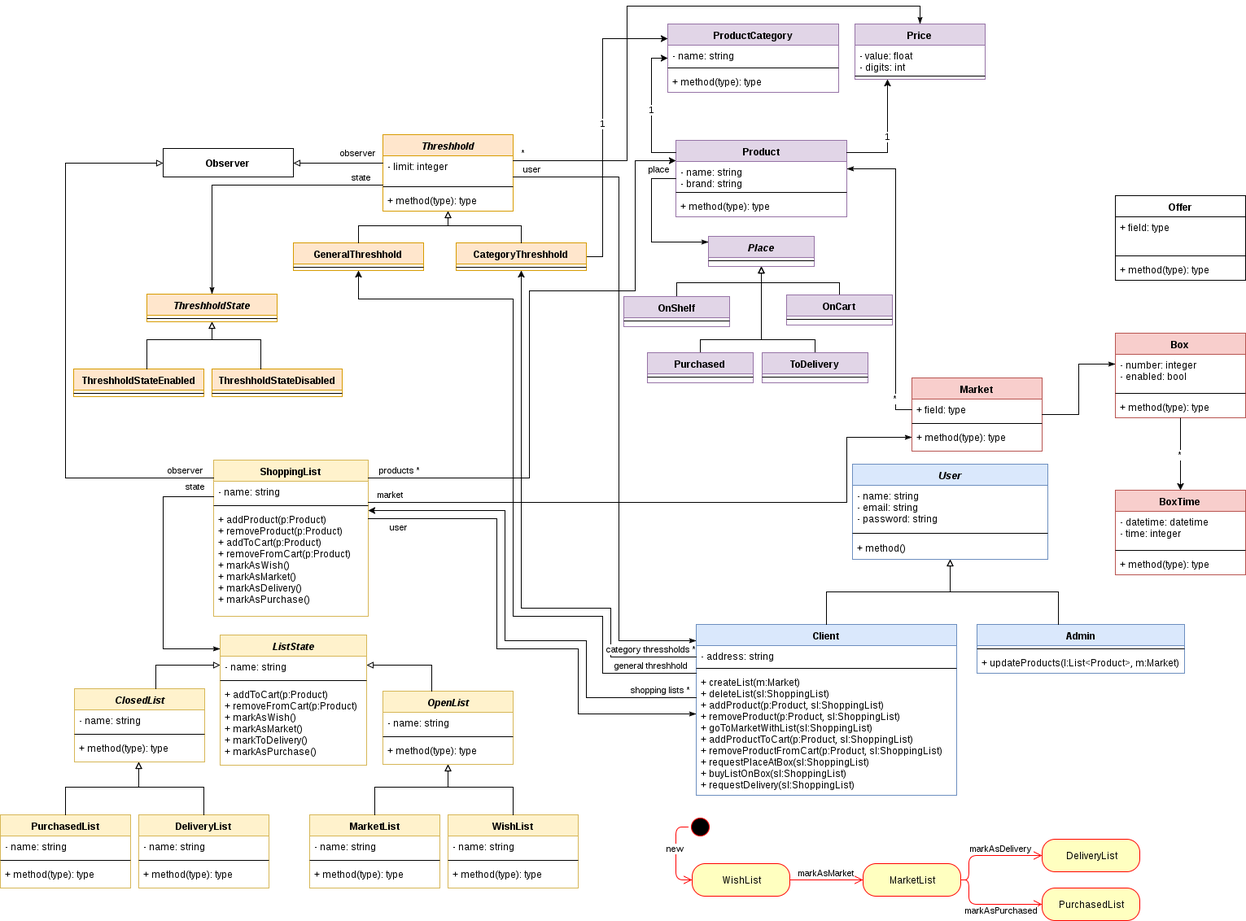
The draw.io diagram doc/design.png in laendoor/unq-desapp-aloloco-back, before a commit. Source tidied: cells renumbered, new cells last; positions are measured from the earlier drawing's top-left corner, leaving out a move shared by most shapes.
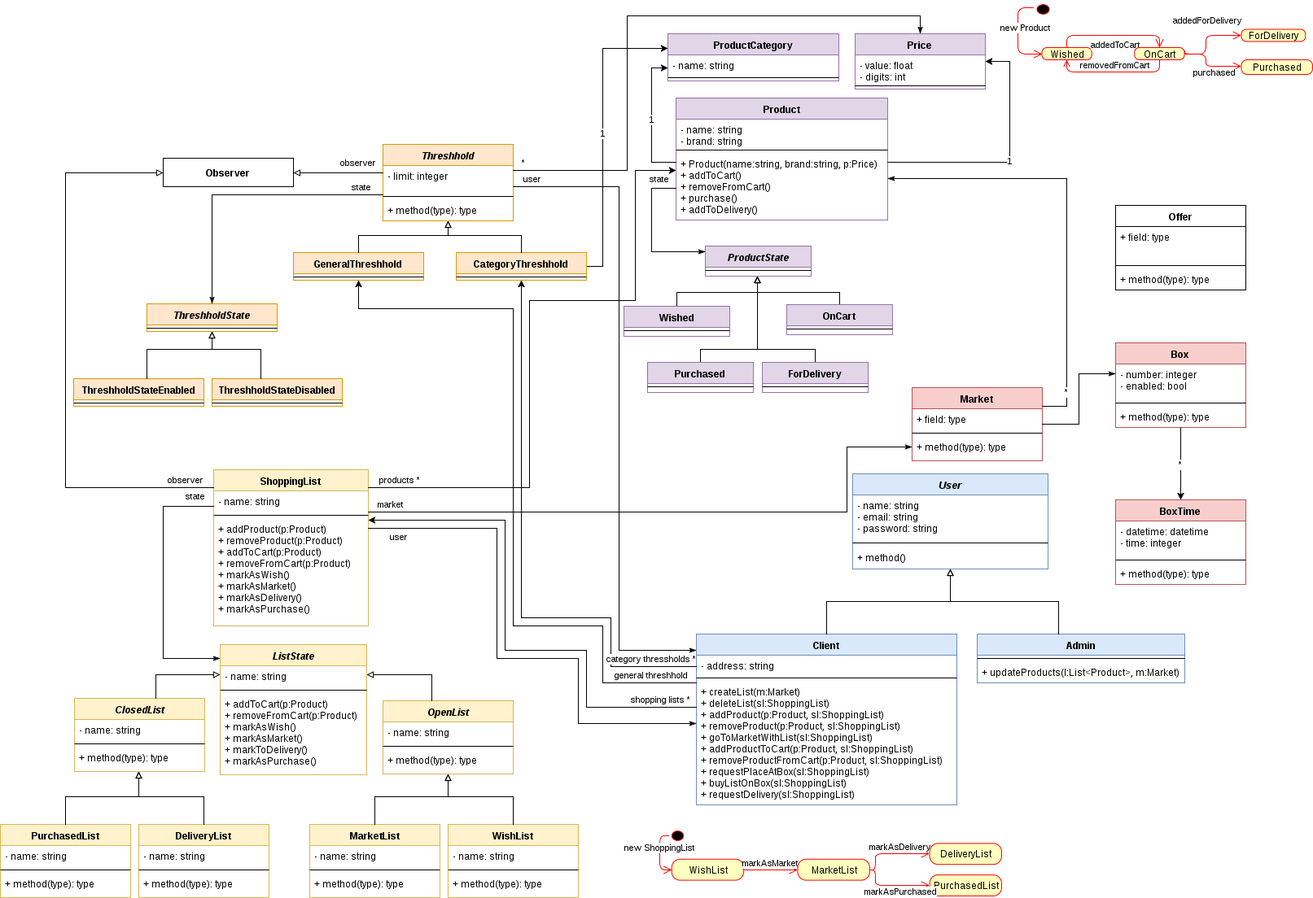
After the change.

Commit message:
rollback saved diagram for draw.io

The edit, as a diff of the source:
```diff
@@ -76,19 +76,19 @@
       </mxGeometry>
     </mxCell>
     <mxCell id="24" value="Product" style="swimlane;html=1;fontStyle=1;align=center;verticalAlign=top;horizontal=1;startSize=26;swimlaneFillColor=#ffffff;fillColor=#e1d5e7;strokeColor=#9673a6;" parent="1" vertex="1">
-      <mxGeometry x="830" y="165" width="210" height="94" as="geometry" />
+      <mxGeometry x="830" y="101" width="260" height="150" as="geometry" />
     </mxCell>
     <mxCell id="25" value="- name: string&lt;div&gt;- brand: string&lt;/div&gt;" style="text;html=1;strokeColor=none;fillColor=none;align=left;verticalAlign=top;spacingLeft=4;spacingRight=4;whiteSpace=wrap;overflow=hidden;" parent="24" vertex="1">
-      <mxGeometry y="26" width="210" height="34" as="geometry" />
+      <mxGeometry y="26" width="260" height="34" as="geometry" />
     </mxCell>
     <mxCell id="26" style="line;html=1;strokeWidth=1;fillColor=none;align=left;verticalAlign=middle;spacingTop=-1;spacingLeft=3;spacingRight=3;labelPosition=right;" parent="24" vertex="1">
-      <mxGeometry y="60" width="210" height="8" as="geometry" />
+      <mxGeometry y="60" width="260" height="8" as="geometry" />
     </mxCell>
-    <mxCell id="27" value="+ method(type): type" style="text;html=1;strokeColor=none;fillColor=none;align=left;verticalAlign=top;spacingLeft=4;spacingRight=4;whiteSpace=wrap;overflow=hidden;" parent="24" vertex="1">
-      <mxGeometry y="68" width="210" height="26" as="geometry" />
+    <mxCell id="27" value="+ Product(name:string, brand:string, p:Price)&lt;div&gt;+ addToCart()&lt;/div&gt;&lt;div&gt;+ removeFromCart()&lt;/div&gt;&lt;div&gt;+ purchase()&lt;/div&gt;&lt;div&gt;+ addToDelivery()&lt;/div&gt;" style="text;html=1;strokeColor=none;fillColor=none;align=left;verticalAlign=top;spacingLeft=4;spacingRight=4;whiteSpace=wrap;overflow=hidden;" parent="24" vertex="1">
+      <mxGeometry y="68" width="260" height="82" as="geometry" />
     </mxCell>
     <mxCell id="28" value="ProductCategory" style="swimlane;html=1;fontStyle=1;align=center;verticalAlign=top;horizontal=1;startSize=26;swimlaneFillColor=#ffffff;fillColor=#e1d5e7;strokeColor=#9673a6;" parent="1" vertex="1">
-      <mxGeometry x="820" y="22" width="210" height="84" as="geometry" />
+      <mxGeometry x="820" y="22" width="210" height="58" as="geometry" />
     </mxCell>
     <mxCell id="29" value="- name: string" style="text;html=1;strokeColor=none;fillColor=none;align=left;verticalAlign=top;spacingLeft=4;spacingRight=4;whiteSpace=wrap;overflow=hidden;" parent="28" vertex="1">
       <mxGeometry y="26" width="210" height="24" as="geometry" />
@@ -96,9 +96,6 @@
     <mxCell id="30" style="line;html=1;strokeWidth=1;fillColor=none;align=left;verticalAlign=middle;spacingTop=-1;spacingLeft=3;spacingRight=3;labelPosition=right;" parent="28" vertex="1">
       <mxGeometry y="50" width="210" height="8" as="geometry" />
     </mxCell>
-    <mxCell id="31" value="+ method(type): type" style="text;html=1;strokeColor=none;fillColor=none;align=left;verticalAlign=top;spacingLeft=4;spacingRight=4;whiteSpace=wrap;overflow=hidden;" parent="28" vertex="1">
-      <mxGeometry y="58" width="210" height="26" as="geometry" />
-    </mxCell>
     <mxCell id="32" value="products *" style="edgeStyle=orthogonalEdgeStyle;rounded=0;html=1;jettySize=auto;" parent="1" edge="1" source="19" target="24">
       <mxGeometry x="-0.9" y="10" relative="1" as="geometry">
         <Array as="points">
@@ -152,7 +149,8 @@
     <mxCell id="41" value="1" style="edgeStyle=orthogonalEdgeStyle;rounded=0;html=1;jettySize=auto;" parent="1" edge="1" source="24" target="38">
       <mxGeometry relative="1" as="geometry">
         <Array as="points">
-          <mxPoint x="1090" y="180" />
+          <mxPoint x="1240" y="180" />
+          <mxPoint x="1240" y="56" />
         </Array>
       </mxGeometry>
     </mxCell>
@@ -348,11 +346,11 @@
     <mxCell id="83" value="+ method(type): type" style="text;html=1;strokeColor=none;fillColor=none;align=left;verticalAlign=top;spacingLeft=4;spacingRight=4;whiteSpace=wrap;overflow=hidden;" parent="80" vertex="1">
       <mxGeometry y="60" width="160" height="26" as="geometry" />
     </mxCell>
-    <mxCell id="84" value="*" style="edgeStyle=orthogonalEdgeStyle;rounded=0;html=1;exitX=0;exitY=0.5;startArrow=none;startFill=0;endArrow=classicThin;endFill=1;jettySize=auto;" parent="1" edge="1" source="81" target="24">
+    <mxCell id="84" value="*" style="edgeStyle=orthogonalEdgeStyle;rounded=0;html=1;startArrow=none;startFill=0;endArrow=classicThin;endFill=1;jettySize=auto;" parent="1" edge="1" source="80" target="24">
       <mxGeometry x="-0.82" relative="1" as="geometry">
         <Array as="points">
-          <mxPoint x="1100" y="496" />
-          <mxPoint x="1100" y="200" />
+          <mxPoint x="1310" y="480" />
+          <mxPoint x="1310" y="200" />
         </Array>
       </mxGeometry>
     </mxCell>
@@ -505,55 +503,8 @@
         </Array>
       </mxGeometry>
     </mxCell>
-    <mxCell id="117" style="ellipse;html=1;shape=startState;fillColor=#000000;strokeColor=#ff0000;" parent="1" vertex="1">
-      <mxGeometry x="845" y="994" width="30" height="30" as="geometry" />
-    </mxCell>
-    <mxCell id="118" value="new" style="edgeStyle=orthogonalEdgeStyle;html=1;verticalAlign=bottom;endArrow=open;endSize=8;strokeColor=#ff0000;entryX=0;entryY=0.5;" parent="1" edge="1" source="117" target="119">
-      <mxGeometry relative="1" as="geometry">
-        <Array as="points">
-          <mxPoint x="830" y="1009" />
-          <mxPoint x="830" y="1074" />
-        </Array>
-      </mxGeometry>
-    </mxCell>
-    <mxCell id="119" value="WishList" style="rounded=1;whiteSpace=wrap;html=1;arcSize=40;fillColor=#ffffc0;strokeColor=#ff0000;" parent="1" vertex="1">
-      <mxGeometry x="850" y="1054" width="120" height="40" as="geometry" />
-    </mxCell>
-    <mxCell id="120" value="markAsMarket" style="edgeStyle=orthogonalEdgeStyle;html=1;verticalAlign=bottom;endArrow=open;endSize=8;strokeColor=#ff0000;exitX=1;exitY=0.5;" parent="1" edge="1" source="119" target="121">
-      <mxGeometry relative="1" as="geometry">
-        <Array as="points">
-          <mxPoint x="1020" y="1074" />
-          <mxPoint x="1020" y="1074" />
-        </Array>
-      </mxGeometry>
-    </mxCell>
-    <mxCell id="121" value="MarketList" style="rounded=1;whiteSpace=wrap;html=1;arcSize=40;fillColor=#ffffc0;strokeColor=#ff0000;" parent="1" vertex="1">
-      <mxGeometry x="1060" y="1054" width="120" height="40" as="geometry" />
-    </mxCell>
-    <mxCell id="122" value="markAsDelivery" style="edgeStyle=orthogonalEdgeStyle;html=1;verticalAlign=bottom;endArrow=open;endSize=8;strokeColor=#ff0000;" parent="1" edge="1" source="121" target="123">
-      <mxGeometry x="0.23" relative="1" as="geometry">
-        <Array as="points">
-          <mxPoint x="1190" y="1074" />
-          <mxPoint x="1190" y="1044" />
-        </Array>
-      </mxGeometry>
-    </mxCell>
-    <mxCell id="123" value="DeliveryList" style="rounded=1;whiteSpace=wrap;html=1;arcSize=40;fillColor=#ffffc0;strokeColor=#ff0000;" parent="1" vertex="1">
-      <mxGeometry x="1280" y="1024" width="120" height="40" as="geometry" />
-    </mxCell>
-    <mxCell id="124" value="PurchasedList" style="rounded=1;whiteSpace=wrap;html=1;arcSize=40;fillColor=#ffffc0;strokeColor=#ff0000;" parent="1" vertex="1">
-      <mxGeometry x="1280" y="1084" width="120" height="40" as="geometry" />
-    </mxCell>
-    <mxCell id="125" value="markAsPurchased" style="edgeStyle=orthogonalEdgeStyle;html=1;verticalAlign=bottom;endArrow=open;endSize=8;strokeColor=#ff0000;exitX=1;exitY=0.5;" parent="1" edge="1" source="121" target="124">
-      <mxGeometry x="0.23" y="-16" relative="1" as="geometry">
-        <Array as="points">
-          <mxPoint x="1190" y="1074" />
-          <mxPoint x="1190" y="1104" />
-        </Array>
-      </mxGeometry>
-    </mxCell>
-    <mxCell id="126" value="&lt;i&gt;Place&lt;/i&gt;" style="swimlane;html=1;fontStyle=1;align=center;verticalAlign=top;horizontal=1;startSize=26;swimlaneFillColor=#ffffff;fillColor=#e1d5e7;strokeColor=#9673a6;" parent="1" vertex="1">
-      <mxGeometry x="870" y="283" width="130" height="37" as="geometry" />
+    <mxCell id="126" value="&lt;i&gt;ProductState&lt;/i&gt;" style="swimlane;html=1;fontStyle=1;align=center;verticalAlign=top;horizontal=1;startSize=26;swimlaneFillColor=#ffffff;fillColor=#e1d5e7;strokeColor=#9673a6;" parent="1" vertex="1">
+      <mxGeometry x="866" y="283" width="130" height="37" as="geometry" />
     </mxCell>
     <mxCell id="127" style="line;html=1;strokeWidth=1;fillColor=none;align=left;verticalAlign=middle;spacingTop=-1;spacingLeft=3;spacingRight=3;labelPosition=right;" parent="126" vertex="1">
       <mxGeometry y="26" width="130" height="8" as="geometry" />
@@ -562,11 +513,11 @@
       <mxGeometry relative="1" as="geometry">
         <Array as="points">
           <mxPoint x="831" y="340" />
-          <mxPoint x="935" y="340" />
+          <mxPoint x="930" y="340" />
         </Array>
       </mxGeometry>
     </mxCell>
-    <mxCell id="129" value="OnShelf" style="swimlane;html=1;fontStyle=1;align=center;verticalAlign=top;horizontal=1;startSize=26;swimlaneFillColor=#ffffff;fillColor=#e1d5e7;strokeColor=#9673a6;" parent="1" vertex="1">
+    <mxCell id="129" value="Wished" style="swimlane;html=1;fontStyle=1;align=center;verticalAlign=top;horizontal=1;startSize=26;swimlaneFillColor=#ffffff;fillColor=#e1d5e7;strokeColor=#9673a6;" parent="1" vertex="1">
       <mxGeometry x="766" y="357" width="130" height="37" as="geometry" />
     </mxCell>
     <mxCell id="130" style="line;html=1;strokeWidth=1;fillColor=none;align=left;verticalAlign=middle;spacingTop=-1;spacingLeft=3;spacingRight=3;labelPosition=right;" parent="129" vertex="1">
@@ -576,7 +527,7 @@
       <mxGeometry relative="1" as="geometry">
         <Array as="points">
           <mxPoint x="1031" y="340" />
-          <mxPoint x="935" y="340" />
+          <mxPoint x="930" y="340" />
         </Array>
       </mxGeometry>
     </mxCell>
@@ -590,11 +541,11 @@
       <mxGeometry relative="1" as="geometry">
         <Array as="points">
           <mxPoint x="1001" y="410" />
-          <mxPoint x="935" y="410" />
+          <mxPoint x="930" y="410" />
         </Array>
       </mxGeometry>
     </mxCell>
-    <mxCell id="135" value="ToDelivery" style="swimlane;html=1;fontStyle=1;align=center;verticalAlign=top;horizontal=1;startSize=26;swimlaneFillColor=#ffffff;fillColor=#e1d5e7;strokeColor=#9673a6;" parent="1" vertex="1">
+    <mxCell id="135" value="ForDelivery" style="swimlane;html=1;fontStyle=1;align=center;verticalAlign=top;horizontal=1;startSize=26;swimlaneFillColor=#ffffff;fillColor=#e1d5e7;strokeColor=#9673a6;" parent="1" vertex="1">
       <mxGeometry x="936" y="426" width="130" height="37" as="geometry" />
     </mxCell>
     <mxCell id="136" style="line;html=1;strokeWidth=1;fillColor=none;align=left;verticalAlign=middle;spacingTop=-1;spacingLeft=3;spacingRight=3;labelPosition=right;" parent="135" vertex="1">
@@ -604,7 +555,7 @@
       <mxGeometry relative="1" as="geometry">
         <Array as="points">
           <mxPoint x="860" y="410" />
-          <mxPoint x="935" y="410" />
+          <mxPoint x="930" y="410" />
         </Array>
       </mxGeometry>
     </mxCell>
@@ -614,7 +565,7 @@
     <mxCell id="139" style="line;html=1;strokeWidth=1;fillColor=none;align=left;verticalAlign=middle;spacingTop=-1;spacingLeft=3;spacingRight=3;labelPosition=right;" parent="138" vertex="1">
       <mxGeometry y="26" width="130" height="8" as="geometry" />
     </mxCell>
-    <mxCell id="140" value="place" style="edgeStyle=orthogonalEdgeStyle;rounded=0;html=1;startArrow=none;startFill=0;endArrow=classicThin;endFill=1;jettySize=auto;" parent="1" edge="1" source="24" target="126">
+    <mxCell id="140" value="state" style="edgeStyle=orthogonalEdgeStyle;rounded=0;html=1;startArrow=none;startFill=0;endArrow=classicThin;endFill=1;jettySize=auto;" parent="1" edge="1" source="24" target="126">
       <mxGeometry x="-0.78" y="-12" relative="1" as="geometry">
         <Array as="points">
           <mxPoint x="800" y="212" />
@@ -622,5 +573,114 @@
         </Array>
       </mxGeometry>
     </mxCell>
+    <mxCell id="141" style="group;" parent="1" vertex="1">
+      <mxGeometry x="1262" y="-18" width="350" height="90" as="geometry" />
+    </mxCell>
+    <mxCell id="142" style="ellipse;html=1;shape=startState;fillColor=#000000;strokeColor=#ff0000;" parent="141" vertex="1">
+      <mxGeometry x="7.2" width="22.7" height="19.5" as="geometry" />
+    </mxCell>
+    <mxCell id="143" value="new Product" style="edgeStyle=orthogonalEdgeStyle;html=1;verticalAlign=bottom;endArrow=open;endSize=8;strokeColor=#ff0000;entryX=0;entryY=0.5;" parent="141" edge="1" source="142" target="144">
+      <mxGeometry x="-0.02" y="10" relative="1" as="geometry">
+        <Array as="points">
+          <mxPoint x="-12" y="8" />
+          <mxPoint x="-12" y="65" />
+        </Array>
+      </mxGeometry>
+    </mxCell>
+    <mxCell id="144" value="Wished" style="rounded=1;whiteSpace=wrap;html=1;arcSize=40;fillColor=#ffffc0;strokeColor=#ff0000;" parent="141" vertex="1">
+      <mxGeometry x="17.5" y="57" width="61.2" height="15" as="geometry" />
+    </mxCell>
+    <mxCell id="145" value="addedToCart" style="edgeStyle=orthogonalEdgeStyle;html=1;verticalAlign=bottom;endArrow=open;endSize=8;strokeColor=#ff0000;exitX=0.5;exitY=0;entryX=0.5;entryY=0;" parent="141" edge="1" source="144" target="146">
+      <mxGeometry x="0.04" y="-20" relative="1" as="geometry">
+        <Array as="points">
+          <mxPoint x="48.1" y="42" />
+          <mxPoint x="161.9" y="42" />
+        </Array>
+      </mxGeometry>
+    </mxCell>
+    <mxCell id="146" value="OnCart" style="rounded=1;whiteSpace=wrap;html=1;arcSize=40;fillColor=#ffffc0;strokeColor=#ff0000;" parent="141" vertex="1">
+      <mxGeometry x="131.2" y="57" width="61.2" height="15" as="geometry" />
+    </mxCell>
+    <mxCell id="147" value="addedForDelivery" style="edgeStyle=orthogonalEdgeStyle;html=1;verticalAlign=bottom;endArrow=open;endSize=8;strokeColor=#ff0000;exitX=1;exitY=0.25;" parent="141" edge="1" source="146" target="148">
+      <mxGeometry x="0.13" y="10" relative="1" as="geometry">
+        <Array as="points">
+          <mxPoint x="192.5" y="64.5" />
+          <mxPoint x="218.8" y="64.5" />
+          <mxPoint x="218.8" y="42" />
+        </Array>
+      </mxGeometry>
+    </mxCell>
+    <mxCell id="148" value="ForDelivery" style="rounded=1;whiteSpace=wrap;html=1;arcSize=40;fillColor=#ffffc0;strokeColor=#ff0000;" parent="141" vertex="1">
+      <mxGeometry x="262.5" y="34.5" width="78.8" height="15" as="geometry" />
+    </mxCell>
+    <mxCell id="149" value="Purchased" style="rounded=1;whiteSpace=wrap;html=1;arcSize=40;fillColor=#ffffc0;strokeColor=#ff0000;" parent="141" vertex="1">
+      <mxGeometry x="262.5" y="72" width="87.5" height="18" as="geometry" />
+    </mxCell>
+    <mxCell id="150" value="purchased" style="edgeStyle=orthogonalEdgeStyle;html=1;verticalAlign=bottom;endArrow=open;endSize=8;strokeColor=#ff0000;exitX=1;exitY=0.5;" parent="141" edge="1" source="146" target="149">
+      <mxGeometry x="0.23" y="-16" relative="1" as="geometry">
+        <Array as="points">
+          <mxPoint x="218.8" y="64.5" />
+          <mxPoint x="218.8" y="79.5" />
+        </Array>
+      </mxGeometry>
+    </mxCell>
+    <mxCell id="151" value="removedFromCart" style="edgeStyle=orthogonalEdgeStyle;html=1;verticalAlign=bottom;endArrow=none;endSize=8;strokeColor=#ff0000;startArrow=open;startFill=0;endFill=0;entryX=0.5;entryY=1;exitX=0.5;exitY=1;" parent="141" edge="1" source="144" target="146">
+      <mxGeometry x="0.04" relative="1" as="geometry">
+        <Array as="points">
+          <mxPoint x="70" y="87" />
+          <mxPoint x="253.8" y="87" />
+        </Array>
+      </mxGeometry>
+    </mxCell>
+    <mxCell id="152" style="group;" parent="1" vertex="1">
+      <mxGeometry x="810" y="998" width="420" height="84" as="geometry" />
+    </mxCell>
+    <mxCell id="117" style="ellipse;html=1;shape=startState;fillColor=#000000;strokeColor=#ff0000;" parent="152" vertex="1">
+      <mxGeometry x="11.1" width="22.1" height="19.4" as="geometry" />
+    </mxCell>
+    <mxCell id="118" value="new ShoppingList" style="edgeStyle=orthogonalEdgeStyle;html=1;verticalAlign=bottom;endArrow=open;endSize=8;strokeColor=#ff0000;entryX=0;entryY=0.5;" parent="152" edge="1" source="117" target="119">
+      <mxGeometry relative="1" as="geometry">
+        <Array as="points">
+          <mxPoint y="9.7" />
+          <mxPoint y="51.7" />
+        </Array>
+      </mxGeometry>
+    </mxCell>
+    <mxCell id="119" value="WishList" style="rounded=1;whiteSpace=wrap;html=1;arcSize=40;fillColor=#ffffc0;strokeColor=#ff0000;" parent="152" vertex="1">
+      <mxGeometry x="14.7" y="38.8" width="88.4" height="25.8" as="geometry" />
+    </mxCell>
+    <mxCell id="120" value="markAsMarket" style="edgeStyle=orthogonalEdgeStyle;html=1;verticalAlign=bottom;endArrow=open;endSize=8;strokeColor=#ff0000;exitX=1;exitY=0.5;" parent="152" edge="1" source="119" target="121">
+      <mxGeometry relative="1" as="geometry">
+        <Array as="points">
+          <mxPoint x="140" y="51.7" />
+          <mxPoint x="140" y="51.7" />
+        </Array>
+      </mxGeometry>
+    </mxCell>
+    <mxCell id="121" value="MarketList" style="rounded=1;whiteSpace=wrap;html=1;arcSize=40;fillColor=#ffffc0;strokeColor=#ff0000;" parent="152" vertex="1">
+      <mxGeometry x="169.5" y="38.8" width="88.4" height="25.8" as="geometry" />
+    </mxCell>
+    <mxCell id="122" value="markAsDelivery" style="edgeStyle=orthogonalEdgeStyle;html=1;verticalAlign=bottom;endArrow=open;endSize=8;strokeColor=#ff0000;" parent="152" edge="1" source="121" target="123">
+      <mxGeometry x="0.23" relative="1" as="geometry">
+        <Array as="points">
+          <mxPoint x="265.3" y="51.7" />
+          <mxPoint x="265.3" y="32.3" />
+        </Array>
+      </mxGeometry>
+    </mxCell>
+    <mxCell id="123" value="DeliveryList" style="rounded=1;whiteSpace=wrap;html=1;arcSize=40;fillColor=#ffffc0;strokeColor=#ff0000;" parent="152" vertex="1">
+      <mxGeometry x="331.6" y="19.4" width="88.4" height="25.8" as="geometry" />
+    </mxCell>
+    <mxCell id="124" value="PurchasedList" style="rounded=1;whiteSpace=wrap;html=1;arcSize=40;fillColor=#ffffc0;strokeColor=#ff0000;" parent="152" vertex="1">
+      <mxGeometry x="331.6" y="58.2" width="88.4" height="25.8" as="geometry" />
+    </mxCell>
+    <mxCell id="125" value="markAsPurchased" style="edgeStyle=orthogonalEdgeStyle;html=1;verticalAlign=bottom;endArrow=open;endSize=8;strokeColor=#ff0000;exitX=1;exitY=0.5;" parent="152" edge="1" source="121" target="124">
+      <mxGeometry x="0.23" y="-16" relative="1" as="geometry">
+        <Array as="points">
+          <mxPoint x="265.3" y="51.7" />
+          <mxPoint x="265.3" y="71.1" />
+        </Array>
+      </mxGeometry>
+    </mxCell>
   </root>
 </mxGraphModel>
```
